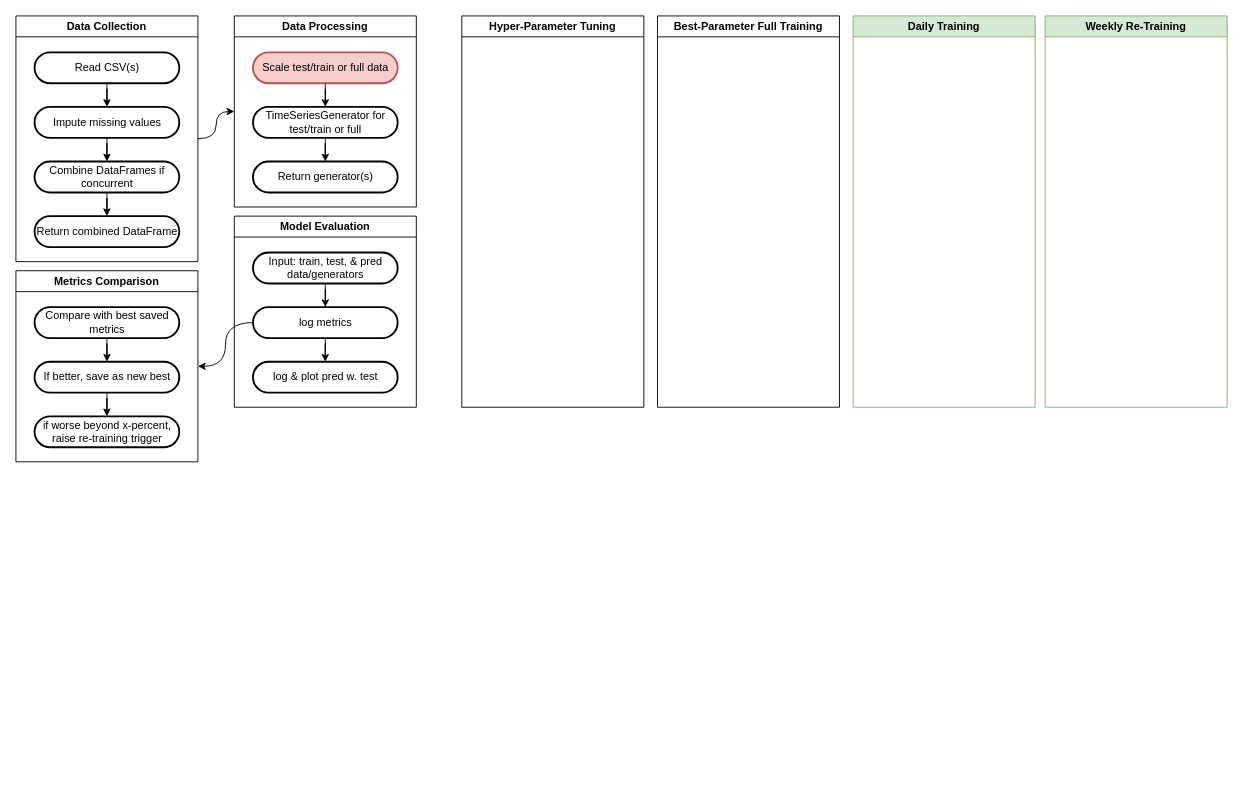
Above: RNN Diagram.drawio in GabeLack/Machine-Learning-App (draw.io), before the change. Source tidied: cells renumbered, new cells numbered last; positions are measured from the earlier drawing's top-left corner, leaving out a move shared by most shapes. Both pictures are drawn from the tidied source at 91%, with x=0, y=0 at pixel (15, 15).
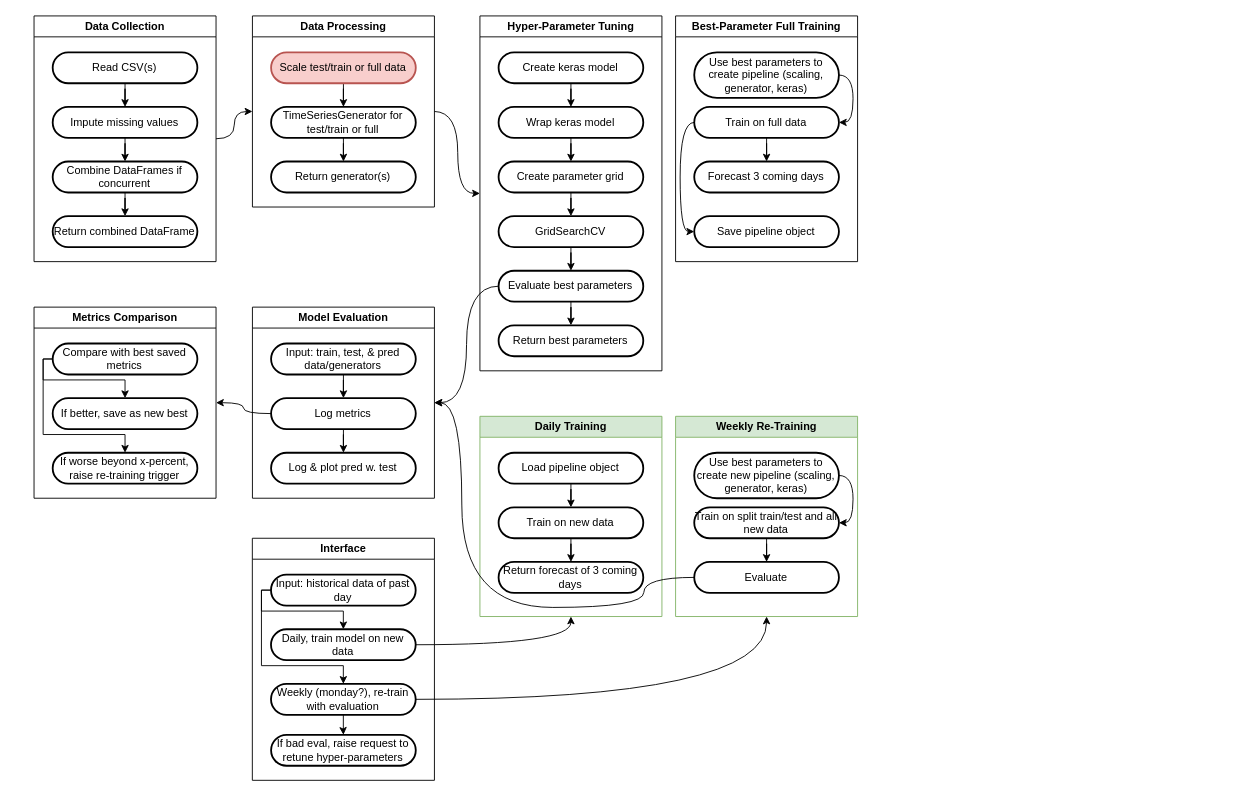
The same page after the edit.

The change refers to these unchanged cells:
```xml
<mxCell id="37" value="Compare with best saved metrics" style="rounded=1;whiteSpace=wrap;arcSize=50;strokeWidth=2;" parent="35" vertex="1">
  <mxGeometry x="20.5" y="40" width="159" height="34" as="geometry" />
</mxCell>
<mxCell id="39" value="If better, save as new best" style="rounded=1;whiteSpace=wrap;arcSize=50;strokeWidth=2;" parent="35" vertex="1">
  <mxGeometry x="20.5" y="100" width="159" height="34" as="geometry" />
</mxCell>
```

What changed in the source:
```diff
@@
     <mxCell id="3" value="Data Collection" style="swimlane;whiteSpace=wrap;html=1;" parent="1" vertex="1">
-      <mxGeometry width="200" height="270" as="geometry" />
+      <mxGeometry x="19.9" width="200" height="270" as="geometry" />
     </mxCell>
@@
+    <mxCell id="46" style="edgeStyle=orthogonalEdgeStyle;rounded=0;jettySize=auto;html=1;entryX=0;entryY=0.5;entryDx=0;entryDy=0;curved=1;" parent="1" edge="1" target="23">
+      <mxGeometry relative="1" as="geometry">
+        <mxPoint x="460" y="105" as="sourcePoint" />
+      </mxGeometry>
+    </mxCell>
     <mxCell id="11" value="Data Processing" style="swimlane;whiteSpace=wrap;html=1;" parent="1" vertex="1">
-      <mxGeometry x="240" width="200" height="210" as="geometry" />
+      <mxGeometry x="259.9" width="200" height="210" as="geometry" />
     </mxCell>
@@
     <mxCell id="17" value="Model Evaluation" style="swimlane;whiteSpace=wrap;html=1;" parent="1" vertex="1">
-      <mxGeometry x="240" y="220" width="200" height="210" as="geometry" />
+      <mxGeometry x="259.9" y="320" width="200" height="210" as="geometry" />
     </mxCell>
@@
-    <mxCell id="21" value="log metrics" style="rounded=1;whiteSpace=wrap;arcSize=50;strokeWidth=2;" parent="17" vertex="1">
+    <mxCell id="21" value="Log metrics" style="rounded=1;whiteSpace=wrap;arcSize=50;strokeWidth=2;" parent="17" vertex="1">
       <mxGeometry x="20.5" y="100" width="159" height="34" as="geometry" />
     </mxCell>
-    <mxCell id="22" value="log &amp; plot pred w. test" style="rounded=1;whiteSpace=wrap;arcSize=50;strokeWidth=2;" parent="17" vertex="1">
+    <mxCell id="22" value="Log &amp; plot pred w. test" style="rounded=1;whiteSpace=wrap;arcSize=50;strokeWidth=2;" parent="17" vertex="1">
       <mxGeometry x="20.5" y="160" width="159" height="34" as="geometry" />
     </mxCell>
     <mxCell id="23" value="Hyper-Parameter Tuning" style="swimlane;whiteSpace=wrap;html=1;" parent="1" vertex="1">
-      <mxGeometry x="490" width="200" height="430" as="geometry" />
+      <mxGeometry x="509.9" width="200" height="390" as="geometry" />
     </mxCell>
@@
+    <mxCell id="47" style="edgeStyle=orthogonalEdgeStyle;rounded=0;jettySize=auto;html=1;entryX=0.5;entryY=0;entryDx=0;entryDy=0;" parent="23" edge="1" source="48" target="50">
+      <mxGeometry relative="1" as="geometry" />
+    </mxCell>
+    <mxCell id="48" value="Create keras model" style="rounded=1;whiteSpace=wrap;arcSize=50;strokeWidth=2;" parent="23" vertex="1">
+      <mxGeometry x="20.5" y="40" width="159" height="34" as="geometry" />
+    </mxCell>
+    <mxCell id="49" style="edgeStyle=orthogonalEdgeStyle;rounded=0;jettySize=auto;html=1;entryX=0.5;entryY=0;entryDx=0;entryDy=0;" parent="23" edge="1" source="50" target="52">
+      <mxGeometry relative="1" as="geometry" />
+    </mxCell>
+    <mxCell id="50" value="Wrap keras model" style="rounded=1;whiteSpace=wrap;arcSize=50;strokeWidth=2;" parent="23" vertex="1">
+      <mxGeometry x="20.5" y="100" width="159" height="34" as="geometry" />
+    </mxCell>
+    <mxCell id="51" style="edgeStyle=orthogonalEdgeStyle;rounded=0;jettySize=auto;html=1;" parent="23" edge="1" source="52" target="54">
+      <mxGeometry relative="1" as="geometry" />
+    </mxCell>
+    <mxCell id="52" value="Create parameter grid" style="rounded=1;whiteSpace=wrap;arcSize=50;strokeWidth=2;" parent="23" vertex="1">
+      <mxGeometry x="20.5" y="160" width="159" height="34" as="geometry" />
+    </mxCell>
+    <mxCell id="53" style="edgeStyle=orthogonalEdgeStyle;rounded=0;jettySize=auto;html=1;" parent="23" edge="1" source="54" target="56">
+      <mxGeometry relative="1" as="geometry" />
+    </mxCell>
+    <mxCell id="54" value="GridSearchCV" style="rounded=1;whiteSpace=wrap;arcSize=50;strokeWidth=2;" parent="23" vertex="1">
+      <mxGeometry x="20.5" y="220" width="159" height="34" as="geometry" />
+    </mxCell>
+    <mxCell id="55" style="edgeStyle=orthogonalEdgeStyle;rounded=0;jettySize=auto;html=1;" parent="23" edge="1" source="56" target="57">
+      <mxGeometry relative="1" as="geometry" />
+    </mxCell>
+    <mxCell id="56" value="Evaluate best parameters" style="rounded=1;whiteSpace=wrap;arcSize=50;strokeWidth=2;" parent="23" vertex="1">
+      <mxGeometry x="20.5" y="280" width="159" height="34" as="geometry" />
+    </mxCell>
+    <mxCell id="57" value="Return best parameters" style="rounded=1;whiteSpace=wrap;arcSize=50;strokeWidth=2;" parent="23" vertex="1">
+      <mxGeometry x="20.5" y="340" width="159" height="34" as="geometry" />
+    </mxCell>
     <mxCell id="27" value="Best-Parameter Full Training" style="swimlane;whiteSpace=wrap;html=1;" parent="1" vertex="1">
-      <mxGeometry x="705" width="200" height="430" as="geometry" />
+      <mxGeometry x="724.9" width="200" height="270" as="geometry" />
     </mxCell>
@@
+    <mxCell id="58" style="edgeStyle=orthogonalEdgeStyle;rounded=0;jettySize=auto;html=1;entryX=1;entryY=0.5;entryDx=0;entryDy=0;curved=1;exitX=1;exitY=0.5;exitDx=0;exitDy=0;" parent="27" edge="1" source="59" target="62">
+      <mxGeometry relative="1" as="geometry">
+        <Array as="points">
+          <mxPoint x="195" y="65" />
+          <mxPoint x="195" y="117" />
+        </Array>
+      </mxGeometry>
+    </mxCell>
+    <mxCell id="59" value="Use best parameters to create pipeline (scaling, generator, keras)" style="rounded=1;whiteSpace=wrap;arcSize=50;strokeWidth=2;" parent="27" vertex="1">
+      <mxGeometry x="20.5" y="40" width="159" height="50" as="geometry" />
+    </mxCell>
+    <mxCell id="60" style="edgeStyle=orthogonalEdgeStyle;rounded=0;jettySize=auto;html=1;entryX=0.5;entryY=0;entryDx=0;entryDy=0;" parent="27" edge="1" source="62" target="63">
+      <mxGeometry relative="1" as="geometry" />
+    </mxCell>
+    <mxCell id="61" style="edgeStyle=orthogonalEdgeStyle;rounded=0;jettySize=auto;html=1;entryX=0;entryY=0.5;entryDx=0;entryDy=0;curved=1;exitX=0;exitY=0.5;exitDx=0;exitDy=0;" parent="27" edge="1" source="62" target="64">
+      <mxGeometry relative="1" as="geometry">
+        <Array as="points">
+          <mxPoint x="5" y="117" />
+          <mxPoint x="5" y="237" />
+        </Array>
+      </mxGeometry>
+    </mxCell>
+    <mxCell id="62" value="Train on full data" style="rounded=1;whiteSpace=wrap;arcSize=50;strokeWidth=2;" parent="27" vertex="1">
+      <mxGeometry x="20.5" y="100" width="159" height="34" as="geometry" />
+    </mxCell>
+    <mxCell id="63" value="Forecast 3 coming days" style="rounded=1;whiteSpace=wrap;arcSize=50;strokeWidth=2;" parent="27" vertex="1">
+      <mxGeometry x="20.5" y="160" width="159" height="34" as="geometry" />
+    </mxCell>
+    <mxCell id="64" value="Save pipeline object" style="rounded=1;whiteSpace=wrap;arcSize=50;strokeWidth=2;" parent="27" vertex="1">
+      <mxGeometry x="20.5" y="220" width="159" height="34" as="geometry" />
+    </mxCell>
     <mxCell id="31" value="Daily Training" style="swimlane;whiteSpace=wrap;html=1;fillColor=#d5e8d4;strokeColor=#82b366;" parent="1" vertex="1">
-      <mxGeometry x="920" width="200" height="430" as="geometry" />
+      <mxGeometry x="509.9" y="440" width="200" height="220" as="geometry" />
     </mxCell>
@@
+    <mxCell id="65" style="edgeStyle=orthogonalEdgeStyle;rounded=0;jettySize=auto;html=1;" parent="31" edge="1" source="66" target="67">
+      <mxGeometry relative="1" as="geometry" />
+    </mxCell>
+    <mxCell id="66" value="Train on new data" style="rounded=1;whiteSpace=wrap;arcSize=50;strokeWidth=2;" parent="31" vertex="1">
+      <mxGeometry x="20.5" y="100" width="159" height="34" as="geometry" />
+    </mxCell>
+    <mxCell id="67" value="Return forecast of 3 coming days" style="rounded=1;whiteSpace=wrap;arcSize=50;strokeWidth=2;" parent="31" vertex="1">
+      <mxGeometry x="20.5" y="160" width="159" height="34" as="geometry" />
+    </mxCell>
+    <mxCell id="68" style="edgeStyle=orthogonalEdgeStyle;rounded=0;jettySize=auto;html=1;" parent="31" edge="1" source="69" target="66">
+      <mxGeometry relative="1" as="geometry" />
+    </mxCell>
+    <mxCell id="69" value="Load pipeline object" style="rounded=1;whiteSpace=wrap;arcSize=50;strokeWidth=2;" parent="31" vertex="1">
+      <mxGeometry x="20.5" y="40" width="159" height="34" as="geometry" />
+    </mxCell>
     <mxCell id="35" value="Metrics Comparison" style="swimlane;whiteSpace=wrap;html=1;" parent="1" vertex="1">
-      <mxGeometry y="280" width="200" height="210" as="geometry" />
+      <mxGeometry x="19.9" y="320" width="200" height="210" as="geometry" />
     </mxCell>
-    <mxCell id="36" style="edgeStyle=orthogonalEdgeStyle;rounded=0;jettySize=auto;html=1;" parent="35" edge="1" source="37" target="39">
-      <mxGeometry relative="1" as="geometry" />
+    <mxCell id="36" style="edgeStyle=orthogonalEdgeStyle;rounded=0;jettySize=auto;html=1;exitX=0;exitY=0.5;exitDx=0;exitDy=0;" parent="35" edge="1" source="37" target="39">
+      <mxGeometry relative="1" as="geometry">
+        <Array as="points">
+          <mxPoint x="10" y="57" />
+          <mxPoint x="10" y="80" />
+          <mxPoint x="100" y="80" />
+        </Array>
+      </mxGeometry>
     </mxCell>
@@
-    <mxCell id="38" style="edgeStyle=orthogonalEdgeStyle;rounded=0;jettySize=auto;html=1;" parent="35" edge="1" source="39" target="40">
-      <mxGeometry relative="1" as="geometry" />
-    </mxCell>
@@
-    <mxCell id="40" value="if worse beyond x-percent, raise re-training trigger" style="rounded=1;whiteSpace=wrap;arcSize=50;strokeWidth=2;" parent="35" vertex="1">
+    <mxCell id="40" value="If worse beyond x-percent, raise re-training trigger" style="rounded=1;whiteSpace=wrap;arcSize=50;strokeWidth=2;" parent="35" vertex="1">
       <mxGeometry x="20.5" y="160" width="159" height="34" as="geometry" />
     </mxCell>
+    <mxCell id="70" style="edgeStyle=orthogonalEdgeStyle;rounded=0;jettySize=auto;html=1;exitX=0;exitY=0.5;exitDx=0;exitDy=0;entryX=0.5;entryY=0;entryDx=0;entryDy=0;" parent="35" edge="1" source="37" target="40">
+      <mxGeometry relative="1" as="geometry">
+        <Array as="points">
+          <mxPoint x="10" y="57" />
+          <mxPoint x="10" y="140" />
+          <mxPoint x="100" y="140" />
+        </Array>
+      </mxGeometry>
+    </mxCell>
@@
     <mxCell id="42" value="Weekly Re-Training" style="swimlane;whiteSpace=wrap;html=1;fillColor=#d5e8d4;strokeColor=#82b366;" parent="1" vertex="1">
-      <mxGeometry x="1131" width="200" height="430" as="geometry" />
+      <mxGeometry x="724.9" y="440" width="200" height="220" as="geometry" />
     </mxCell>
@@
+    <mxCell id="71" style="edgeStyle=orthogonalEdgeStyle;rounded=0;jettySize=auto;html=1;entryX=1;entryY=0.5;entryDx=0;entryDy=0;curved=1;exitX=1;exitY=0.5;exitDx=0;exitDy=0;" parent="42" edge="1" source="72" target="74">
+      <mxGeometry relative="1" as="geometry">
+        <Array as="points">
+          <mxPoint x="195" y="65" />
+          <mxPoint x="195" y="117" />
+        </Array>
+      </mxGeometry>
+    </mxCell>
+    <mxCell id="72" value="Use best parameters to create new pipeline (scaling, generator, keras)" style="rounded=1;whiteSpace=wrap;arcSize=50;strokeWidth=2;" parent="42" vertex="1">
+      <mxGeometry x="20.5" y="40" width="159" height="50" as="geometry" />
+    </mxCell>
+    <mxCell id="73" style="edgeStyle=orthogonalEdgeStyle;rounded=0;jettySize=auto;html=1;" parent="42" edge="1" source="74" target="75">
+      <mxGeometry relative="1" as="geometry" />
+    </mxCell>
+    <mxCell id="74" value="Train on split train/test and all new data" style="rounded=1;whiteSpace=wrap;arcSize=50;strokeWidth=2;" parent="42" vertex="1">
+      <mxGeometry x="20.5" y="100" width="159" height="34" as="geometry" />
+    </mxCell>
+    <mxCell id="75" value="Evaluate" style="rounded=1;whiteSpace=wrap;arcSize=50;strokeWidth=2;" parent="42" vertex="1">
+      <mxGeometry x="20.5" y="160" width="159" height="34" as="geometry" />
+    </mxCell>
+    <mxCell id="76" value="Interface" style="swimlane;whiteSpace=wrap;html=1;" parent="1" vertex="1">
+      <mxGeometry x="259.8" y="574" width="200.1" height="266" as="geometry" />
+    </mxCell>
+    <mxCell id="77" style="edgeStyle=orthogonalEdgeStyle;rounded=0;jettySize=auto;html=1;exitX=0;exitY=0.5;exitDx=0;exitDy=0;" parent="76" edge="1" source="79" target="80">
+      <mxGeometry relative="1" as="geometry">
+        <Array as="points">
+          <mxPoint x="10" y="57" />
+          <mxPoint x="10" y="80" />
+          <mxPoint x="100" y="80" />
+        </Array>
+      </mxGeometry>
+    </mxCell>
+    <mxCell id="78" style="edgeStyle=orthogonalEdgeStyle;rounded=0;jettySize=auto;html=1;entryX=0.5;entryY=0;entryDx=0;entryDy=0;exitX=0;exitY=0.5;exitDx=0;exitDy=0;" parent="76" edge="1" source="79" target="82">
+      <mxGeometry relative="1" as="geometry">
+        <Array as="points">
+          <mxPoint x="10" y="57" />
+          <mxPoint x="10" y="140" />
+          <mxPoint x="100" y="140" />
+        </Array>
+      </mxGeometry>
+    </mxCell>
+    <mxCell id="79" value="Input: historical data of past day" style="rounded=1;whiteSpace=wrap;arcSize=50;strokeWidth=2;" parent="76" vertex="1">
+      <mxGeometry x="20.5" y="40" width="159" height="34" as="geometry" />
+    </mxCell>
+    <mxCell id="80" value="Daily, train model on new data" style="rounded=1;whiteSpace=wrap;arcSize=50;strokeWidth=2;" parent="76" vertex="1">
+      <mxGeometry x="20.5" y="100" width="159" height="34" as="geometry" />
+    </mxCell>
+    <mxCell id="81" style="edgeStyle=orthogonalEdgeStyle;rounded=0;jettySize=auto;html=1;" parent="76" edge="1" source="82" target="83">
+      <mxGeometry relative="1" as="geometry" />
+    </mxCell>
+    <mxCell id="82" value="Weekly (monday?), re-train with evaluation" style="rounded=1;whiteSpace=wrap;arcSize=50;strokeWidth=2;" parent="76" vertex="1">
+      <mxGeometry x="20.5" y="160" width="159" height="34" as="geometry" />
+    </mxCell>
+    <mxCell id="83" value="If bad eval, raise request to retune hyper-parameters" style="rounded=1;whiteSpace=wrap;arcSize=50;strokeWidth=2;" parent="76" vertex="1">
+      <mxGeometry x="20.6" y="216" width="159" height="34" as="geometry" />
+    </mxCell>
+    <mxCell id="84" style="edgeStyle=orthogonalEdgeStyle;rounded=0;jettySize=auto;html=1;entryX=1;entryY=0.5;entryDx=0;entryDy=0;curved=1;" parent="1" edge="1" source="56" target="17">
+      <mxGeometry relative="1" as="geometry" />
+    </mxCell>
+    <mxCell id="85" style="edgeStyle=orthogonalEdgeStyle;rounded=0;jettySize=auto;html=1;entryX=0.5;entryY=1;entryDx=0;entryDy=0;curved=1;" parent="1" edge="1" source="80" target="31">
+      <mxGeometry relative="1" as="geometry" />
+    </mxCell>
+    <mxCell id="86" style="edgeStyle=orthogonalEdgeStyle;rounded=0;jettySize=auto;html=1;entryX=0.5;entryY=1;entryDx=0;entryDy=0;curved=1;" parent="1" edge="1" source="82" target="42">
+      <mxGeometry relative="1" as="geometry" />
+    </mxCell>
+    <mxCell id="87" style="edgeStyle=orthogonalEdgeStyle;rounded=0;jettySize=auto;html=1;entryX=1;entryY=0.5;entryDx=0;entryDy=0;curved=1;exitX=0;exitY=0.5;exitDx=0;exitDy=0;" parent="1" edge="1" source="75" target="17">
+      <mxGeometry relative="1" as="geometry">
+        <Array as="points">
+          <mxPoint x="690" y="617" />
+          <mxPoint x="690" y="650" />
+          <mxPoint x="490" y="650" />
+          <mxPoint x="490" y="425" />
+        </Array>
+      </mxGeometry>
+    </mxCell>
```
